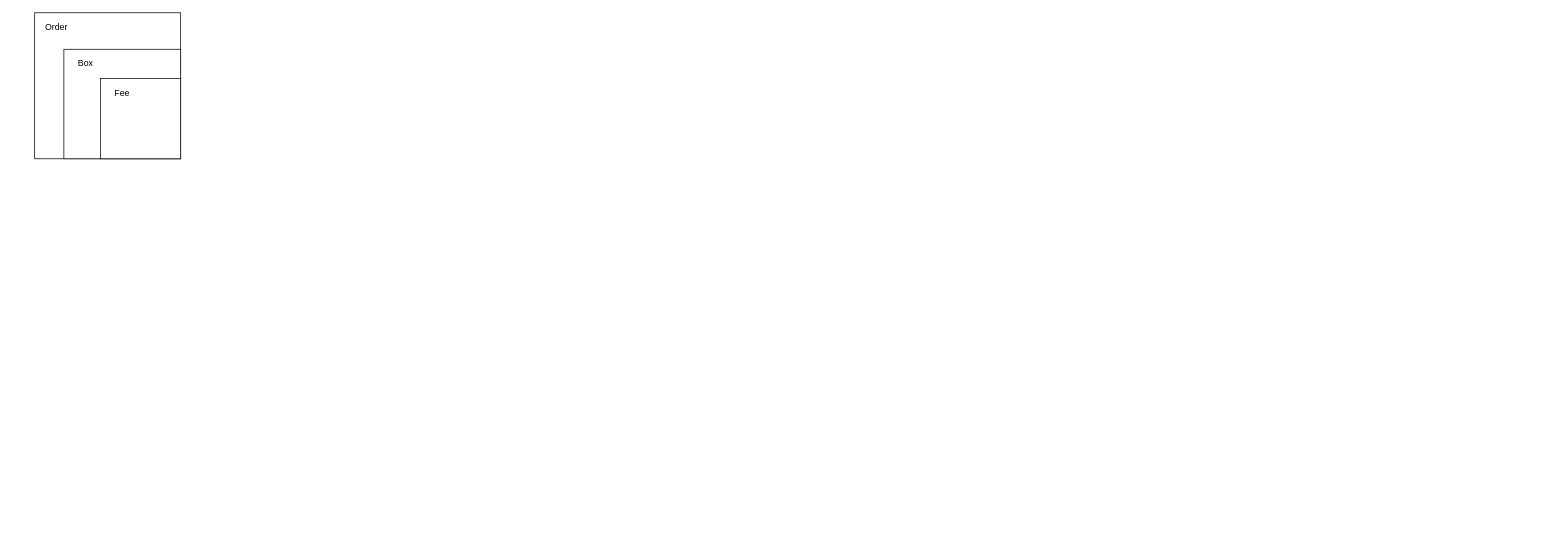
gongyao1992/draw keeps this draw.io diagram as 重构/中台订单.drawio. Above is the earlier version. Source tidied: cells renumbered, new cells numbered last; positions are measured from the earlier drawing's top-left corner, leaving out a move shared by most shapes. Both pictures are drawn from the tidied source at 73%, with x=0, y=0 at pixel (34, 12).
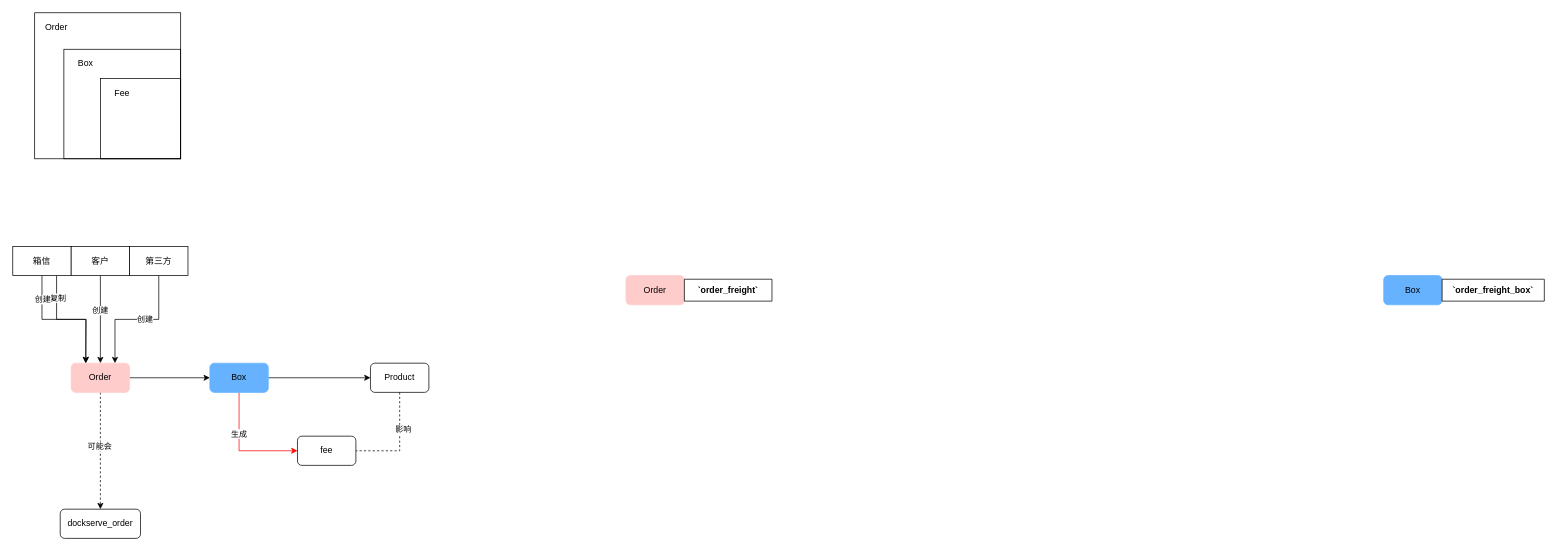
The same diagram, later.

Commit message (it also covers changes not shown here):
更新重构/中台订单.drawio

The edit, as a diff of the source:
```diff
@@
-    <mxCell id="2" style="rounded=0;whiteSpace=wrap;html=1;" parent="1" vertex="1">
+    <mxCell id="2" style="rounded=0;whiteSpace=wrap;html=1;fillColor=none;" parent="1" vertex="1">
       <mxGeometry width="200" height="200" as="geometry" />
     </mxCell>
-    <mxCell id="3" style="rounded=0;whiteSpace=wrap;html=1;" parent="1" vertex="1">
+    <mxCell id="3" style="rounded=0;whiteSpace=wrap;html=1;fillColor=none;" parent="1" vertex="1">
       <mxGeometry x="40" y="50" width="160" height="150" as="geometry" />
     </mxCell>
-    <mxCell id="4" style="rounded=0;whiteSpace=wrap;html=1;" parent="1" vertex="1">
+    <mxCell id="4" style="rounded=0;whiteSpace=wrap;html=1;fillColor=none;" parent="1" vertex="1">
       <mxGeometry x="90" y="90" width="110" height="110" as="geometry" />
     </mxCell>
-    <mxCell id="5" value="Order" style="text;html=1;strokeColor=none;fillColor=none;align=center;verticalAlign=middle;whiteSpace=wrap;rounded=0;" parent="1" vertex="1">
+    <mxCell id="5" value="Order" style="text;html=1;fillColor=none;align=center;verticalAlign=middle;whiteSpace=wrap;rounded=0;" parent="1" vertex="1">
       <mxGeometry x="10" y="10" width="40" height="20" as="geometry" />
     </mxCell>
-    <mxCell id="6" value="Box" style="text;html=1;strokeColor=none;fillColor=none;align=center;verticalAlign=middle;whiteSpace=wrap;rounded=0;" parent="1" vertex="1">
+    <mxCell id="6" value="Box" style="text;html=1;fillColor=none;align=center;verticalAlign=middle;whiteSpace=wrap;rounded=0;" parent="1" vertex="1">
       <mxGeometry x="50" y="60" width="40" height="20" as="geometry" />
     </mxCell>
-    <mxCell id="7" value="Fee" style="text;html=1;strokeColor=none;fillColor=none;align=center;verticalAlign=middle;whiteSpace=wrap;rounded=0;" parent="1" vertex="1">
+    <mxCell id="7" value="Fee" style="text;html=1;fillColor=none;align=center;verticalAlign=middle;whiteSpace=wrap;rounded=0;" parent="1" vertex="1">
       <mxGeometry x="100" y="100" width="40" height="20" as="geometry" />
     </mxCell>
+    <mxCell id="8" style="edgeStyle=orthogonalEdgeStyle;rounded=0;jettySize=auto;html=1;dashed=1;entryX=0.5;entryY=0;entryDx=0;entryDy=0;" parent="1" edge="1" source="11" target="30">
+      <mxGeometry relative="1" as="geometry" />
+    </mxCell>
+    <mxCell id="9" value="可能会" style="edgeLabel;html=1;align=center;verticalAlign=middle;" parent="8" vertex="1">
+      <mxGeometry x="-0.09" y="-2" relative="1" as="geometry" />
+    </mxCell>
+    <mxCell id="10" style="edgeStyle=orthogonalEdgeStyle;rounded=0;jettySize=auto;html=1;exitX=1;exitY=0.5;exitDx=0;exitDy=0;entryX=0;entryY=0.5;entryDx=0;entryDy=0;" parent="1" edge="1" source="11" target="15">
+      <mxGeometry relative="1" as="geometry" />
+    </mxCell>
+    <mxCell id="11" value="Order" style="rounded=1;whiteSpace=wrap;html=1;strokeColor=#FFCCCC;fillColor=#FFCCCC;" parent="1" vertex="1">
+      <mxGeometry x="50" y="480" width="80" height="40" as="geometry" />
+    </mxCell>
+    <mxCell id="12" style="edgeStyle=orthogonalEdgeStyle;rounded=0;jettySize=auto;html=1;exitX=1;exitY=0.5;exitDx=0;exitDy=0;entryX=0;entryY=0.5;entryDx=0;entryDy=0;" parent="1" edge="1" source="15" target="29">
+      <mxGeometry relative="1" as="geometry" />
+    </mxCell>
+    <mxCell id="13" style="edgeStyle=orthogonalEdgeStyle;rounded=0;jettySize=auto;html=1;entryX=0;entryY=0.5;entryDx=0;entryDy=0;strokeColor=#FF0000;" parent="1" edge="1" source="15" target="31">
+      <mxGeometry relative="1" as="geometry">
+        <Array as="points">
+          <mxPoint x="280" y="600" />
+        </Array>
+      </mxGeometry>
+    </mxCell>
+    <mxCell id="14" value="生成" style="edgeLabel;html=1;align=center;verticalAlign=middle;" parent="13" vertex="1">
+      <mxGeometry x="-0.3" y="-1" relative="1" as="geometry" />
+    </mxCell>
+    <mxCell id="15" value="Box" style="rounded=1;whiteSpace=wrap;html=1;fillColor=#66B2FF;strokeColor=#66B2FF;" parent="1" vertex="1">
+      <mxGeometry x="240" y="480" width="80" height="40" as="geometry" />
+    </mxCell>
+    <mxCell id="16" style="edgeStyle=orthogonalEdgeStyle;rounded=0;jettySize=auto;html=1;exitX=0.75;exitY=1;exitDx=0;exitDy=0;entryX=0.25;entryY=0;entryDx=0;entryDy=0;" parent="1" edge="1" source="20" target="11">
+      <mxGeometry relative="1" as="geometry" />
+    </mxCell>
+    <mxCell id="17" value="复制" style="edgeLabel;html=1;align=center;verticalAlign=middle;" parent="16" vertex="1">
+      <mxGeometry x="-0.62" y="1" relative="1" as="geometry" />
+    </mxCell>
+    <mxCell id="18" style="edgeStyle=orthogonalEdgeStyle;rounded=0;jettySize=auto;html=1;exitX=0.5;exitY=1;exitDx=0;exitDy=0;" parent="1" edge="1" source="20">
+      <mxGeometry relative="1" as="geometry">
+        <mxPoint x="70" y="480" as="targetPoint" />
+      </mxGeometry>
+    </mxCell>
+    <mxCell id="19" value="创建" style="edgeLabel;html=1;align=center;verticalAlign=middle;" parent="18" vertex="1">
+      <mxGeometry x="-0.64" relative="1" as="geometry" />
+    </mxCell>
+    <mxCell id="20" value="箱信" style="rounded=0;whiteSpace=wrap;html=1;" parent="1" vertex="1">
+      <mxGeometry x="-30" y="320" width="80" height="40" as="geometry" />
+    </mxCell>
+    <mxCell id="21" style="edgeStyle=orthogonalEdgeStyle;rounded=0;jettySize=auto;html=1;entryX=0.5;entryY=0;entryDx=0;entryDy=0;" parent="1" edge="1" source="23" target="11">
+      <mxGeometry relative="1" as="geometry" />
+    </mxCell>
+    <mxCell id="22" value="创建" style="edgeLabel;html=1;align=center;verticalAlign=middle;" parent="21" vertex="1">
+      <mxGeometry x="-0.22" y="-1" relative="1" as="geometry" />
+    </mxCell>
+    <mxCell id="23" value="客户" style="rounded=0;whiteSpace=wrap;html=1;" parent="1" vertex="1">
+      <mxGeometry x="50" y="320" width="80" height="40" as="geometry" />
+    </mxCell>
+    <mxCell id="24" style="edgeStyle=orthogonalEdgeStyle;rounded=0;jettySize=auto;html=1;entryX=0.75;entryY=0;entryDx=0;entryDy=0;" parent="1" edge="1" source="26" target="11">
+      <mxGeometry relative="1" as="geometry" />
+    </mxCell>
+    <mxCell id="25" value="创建" style="edgeLabel;html=1;align=center;verticalAlign=middle;" parent="24" vertex="1">
+      <mxGeometry x="-0.11" y="-1" relative="1" as="geometry" />
+    </mxCell>
+    <mxCell id="26" value="第三方" style="rounded=0;whiteSpace=wrap;html=1;" parent="1" vertex="1">
+      <mxGeometry x="130" y="320" width="80" height="40" as="geometry" />
+    </mxCell>
+    <mxCell id="27" style="edgeStyle=orthogonalEdgeStyle;rounded=0;jettySize=auto;html=1;exitX=0.5;exitY=1;exitDx=0;exitDy=0;entryX=1;entryY=0.5;entryDx=0;entryDy=0;dashed=1;endArrow=none;endFill=0;" parent="1" edge="1" source="29" target="31">
+      <mxGeometry relative="1" as="geometry" />
+    </mxCell>
+    <mxCell id="28" value="影响" style="edgeLabel;html=1;align=center;verticalAlign=middle;" parent="27" vertex="1">
+      <mxGeometry x="-0.29" y="4" relative="1" as="geometry" />
+    </mxCell>
+    <mxCell id="29" value="Product" style="rounded=1;whiteSpace=wrap;html=1;fillColor=none;" parent="1" vertex="1">
+      <mxGeometry x="460" y="480" width="80" height="40" as="geometry" />
+    </mxCell>
+    <mxCell id="30" value="dockserve_order" style="rounded=1;whiteSpace=wrap;html=1;fillColor=none;" parent="1" vertex="1">
+      <mxGeometry x="35" y="680" width="110" height="40" as="geometry" />
+    </mxCell>
+    <mxCell id="31" value="fee" style="rounded=1;whiteSpace=wrap;html=1;fillColor=none;" parent="1" vertex="1">
+      <mxGeometry x="360" y="580" width="80" height="40" as="geometry" />
+    </mxCell>
+    <mxCell id="32" value="Order" style="rounded=1;whiteSpace=wrap;html=1;strokeColor=#FFCCCC;fillColor=#FFCCCC;" parent="1" vertex="1">
+      <mxGeometry x="810" y="360" width="80" height="40" as="geometry" />
+    </mxCell>
+    <mxCell id="33" value="`order_freight`" style="shape=table;startSize=30;childLayout=tableLayout;rowLines=0;fontStyle=1;align=center;" parent="1" vertex="1" collapsed="1">
+      <mxGeometry x="890" y="365" width="120" height="30" as="geometry" />
+    </mxCell>
+    <mxCell id="34" style="group;" parent="1" vertex="1">
+      <mxGeometry x="1848" y="360" width="220" height="40" as="geometry" />
+    </mxCell>
+    <mxCell id="35" value="Box" style="rounded=1;whiteSpace=wrap;html=1;fillColor=#66B2FF;strokeColor=#66B2FF;" parent="34" vertex="1">
+      <mxGeometry width="80" height="40" as="geometry" />
+    </mxCell>
+    <mxCell id="36" value="`order_freight_box`" style="shape=table;startSize=30;childLayout=tableLayout;rowLines=0;fontStyle=1;align=center;" parent="34" vertex="1" collapsed="1">
+      <mxGeometry x="80" y="5" width="140" height="30" as="geometry" />
+    </mxCell>
```
